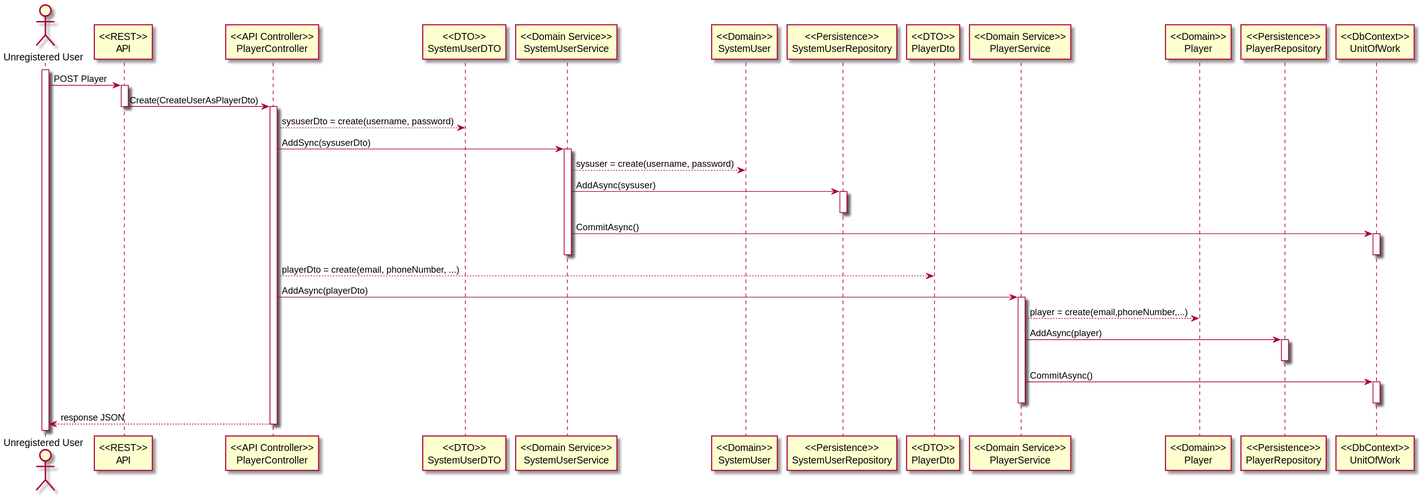
Before: docs/System Architecture/Level 3/UC8_LVL3/UC08_LVL3.svg, a diagram exported from PlantUML (antoniomsbarros/SocialNetworkGame). Its diagram source:
```plantuml
@startuml

actor "Unregistered User" as UNU
participant "<<REST>>\nAPI" as API
participant "<<API Controller>>\nPlayerController" as PC
participant "<<DTO>>\nSystemUserDTO" as SUDTO
participant "<<Domain Service>>\nSystemUserService" as SUS
participant "<<Domain>>\nSystemUser" as SU
participant "<<Persistence>>\nSystemUserRepository" as SUR
participant "<<DTO>>\nPlayerDto" as PDTO
participant "<<Domain Service>>\nPlayerService" as PS
participant "<<Domain>>\nPlayer" as P
participant "<<Persistence>>\nPlayerRepository" as PR
participant "<<DbContext>>\nUnitOfWork" as UW

activate UNU
UNU -> API: POST Player

activate API
API -> PC: Create(CreateUserAsPlayerDto)
deactivate API

activate PC

PC --> SUDTO : sysuserDto = create(username, password)
PC -> SUS : AddSync(sysuserDto)

activate SUS

SUS --> SU : sysuser = create(username, password)
SUS -> SUR : AddAsync(sysuser)

activate SUR
deactivate SUR

SUS -> UW : CommitAsync()

activate UW
deactivate UW

deactivate SUS

PC --> PDTO : playerDto = create(email, phoneNumber, ...)
PC -> PS : AddAsync(playerDto)

activate PS
PS --> P : player = create(email,phoneNumber,...)
PS -> PR : AddAsync(player)

activate PR
deactivate PR

PS -> UW : CommitAsync()

activate UW
deactivate UW

deactivate PS

deactivate SUS

PC --> UNU : response JSON
deactivate PC

@enduml
```
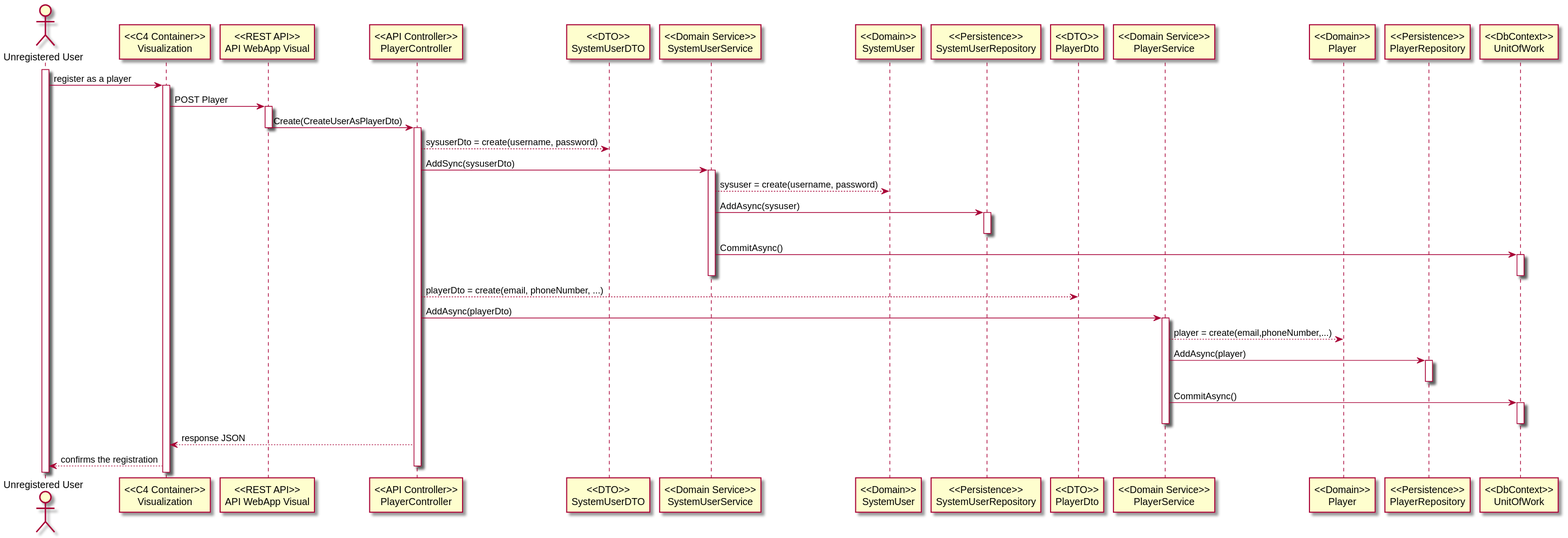
Above is the later version.

Change to the diagram source:
```diff
@@ -1,7 +1,8 @@
 @startuml
 
 actor "Unregistered User" as UNU
-participant "<<REST>>\nAPI" as API
+participant "<<C4 Container>>\nVisualization" as V
+participant "<<REST API>>\nAPI WebApp Visual" as API
 participant "<<API Controller>>\nPlayerController" as PC
 participant "<<DTO>>\nSystemUserDTO" as SUDTO
 participant "<<Domain Service>>\nSystemUserService" as SUS
@@ -14,7 +15,12 @@
 participant "<<DbContext>>\nUnitOfWork" as UW
 
 activate UNU
-UNU -> API: POST Player
+
+UNU -> V : register as a player
+
+activate V
+
+V -> API: POST Player
 
 activate API
 API -> PC: Create(CreateUserAsPlayerDto)
@@ -59,7 +65,10 @@
 
 deactivate SUS
 
-PC --> UNU : response JSON
+PC --> V : response JSON
+
+V --> UNU : confirms the registration
+
 deactivate PC
 
 @enduml
```
